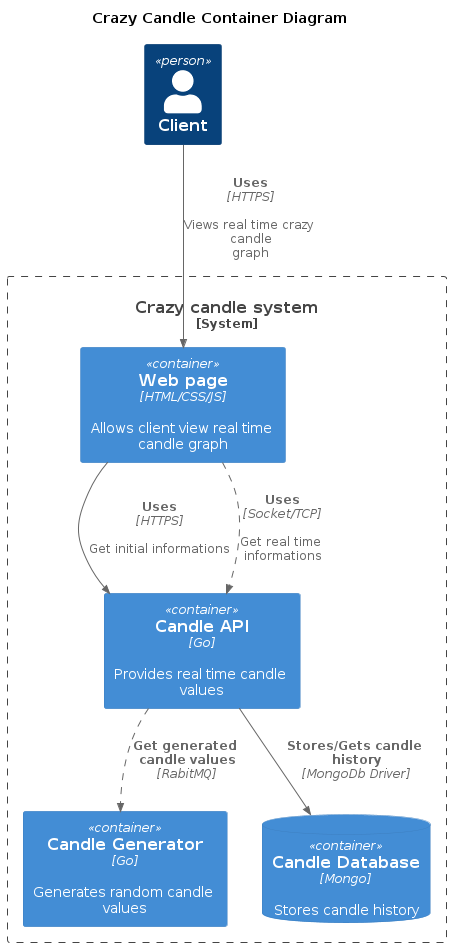
The PlantUML diagram docs/container.png in ruancaetano/crazy-candle-simulator, before a commit.
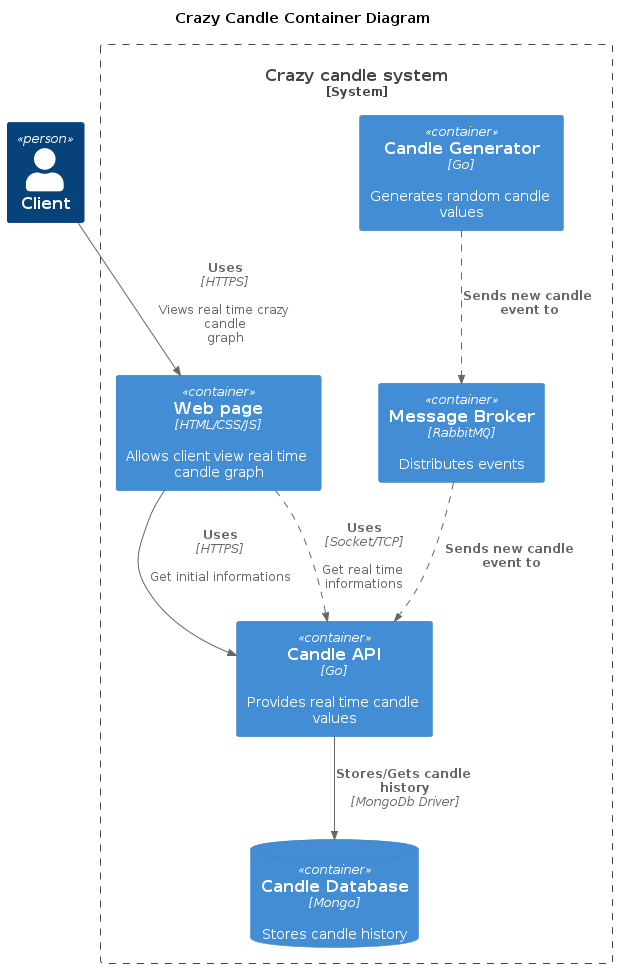
The same file after the commit.

Commit message:
docs: update c4 model container diagram

The edit, as a diff of the source:
```diff
@@ -15,6 +15,7 @@
     Container(web_container, "Web page", "HTML/CSS/JS", "Allows client view real time candle graph")
     Container(api_container, "Candle API", "Go", "Provides real time candle values")
     Container(generator_container, "Candle Generator", "Go", "Generates random candle values")
+    Container(message_brioker, "Message Broker", "RabbitMQ", "Distributes events")
     ContainerDb(database, "Candle Database", "Mongo", "Stores candle history")
 }
 
@@ -23,6 +24,8 @@
 Rel(web_container, api_container, "Uses", "HTTPS", "Get initial informations")
 Rel(web_container, api_container, "Uses", "Socket/TCP", "Get real time informations", $tags = "async")
 
-Rel(api_container, generator_container, "Get generated candle values", "RabitMQ", $tags = "async")
+Rel(generator_container, message_brioker, "Sends new candle event to", $tags = "async")
+Rel(message_brioker, api_container, "Sends new candle event to", $tags = "async")
+
 Rel(api_container, database, "Stores/Gets candle history", "MongoDb Driver",)
 @enduml
```
